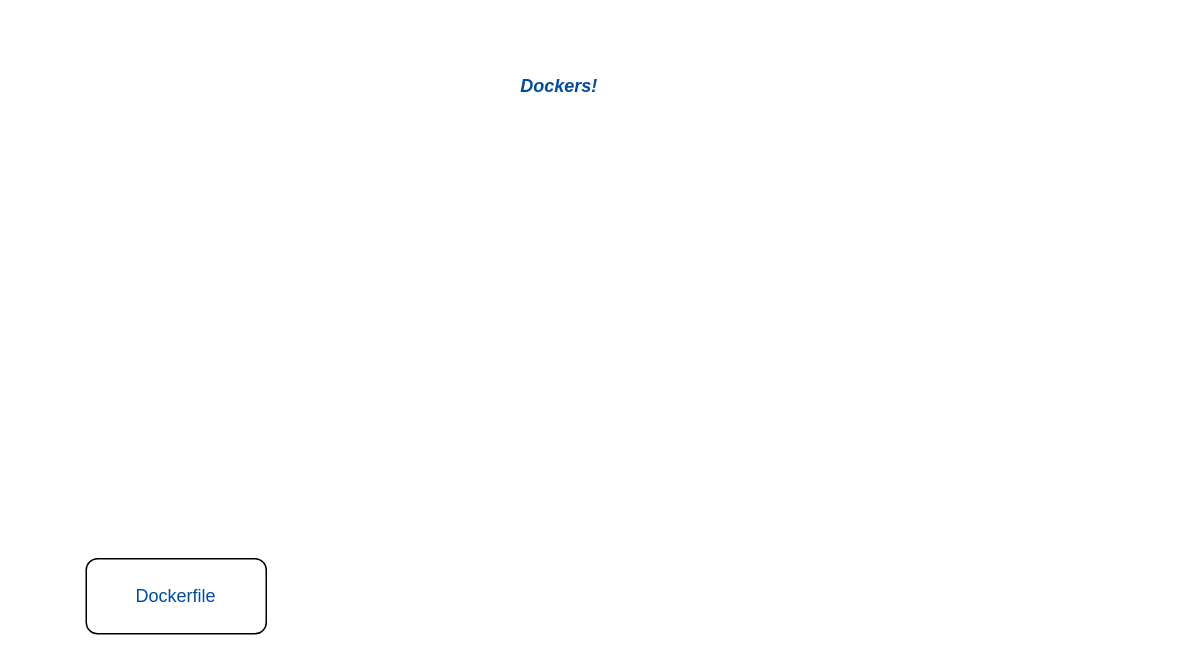
The draw.io diagram Untitled Diagram.drawio in Masum-Osman/diagrams.io-draws, before the edit. Source tidied: cells renumbered, new cells numbered last; positions are measured from the earlier drawing's top-left corner, leaving out a move shared by most shapes. Both pictures are drawn from the tidied source at 150%, with x=0, y=0 at pixel (86, 63).
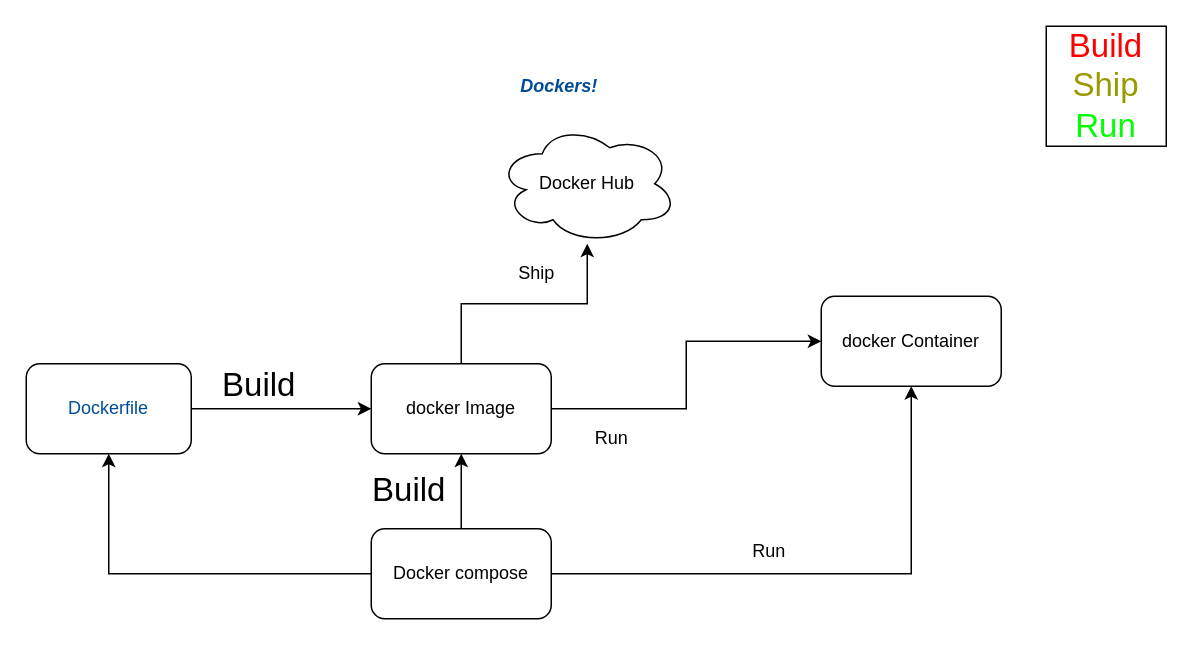
The same diagram, later.

The edit, as a diff of the source:
```diff
@@
 <mxGraphModel>
   <root>
     <mxCell id="0" />
     <mxCell id="1" parent="0" />
     <mxCell id="2" value="&lt;font color=&quot;#004C99&quot;&gt;&lt;i&gt;&lt;b&gt;Dockers!&lt;/b&gt;&lt;/i&gt;&lt;/font&gt;" style="text;html=1;align=center;verticalAlign=middle;strokeColor=none;fillColor=none;" parent="1" vertex="1">
       <mxGeometry x="280" width="70" height="30" as="geometry" />
     </mxCell>
+    <mxCell id="4" style="edgeStyle=orthogonalEdgeStyle;rounded=0;jettySize=auto;html=1;entryX=0;entryY=0.5;entryDx=0;entryDy=0;fontSize=12;fontColor=#000000;" parent="1" edge="1" source="3" target="9">
+      <mxGeometry relative="1" as="geometry" />
+    </mxCell>
     <mxCell id="3" value="Dockerfile" style="rounded=1;whiteSpace=wrap;html=1;fontColor=#004C99;" parent="1" vertex="1">
-      <mxGeometry y="330" width="120" height="50" as="geometry" />
+      <mxGeometry x="-40" y="200" width="110" height="60" as="geometry" />
     </mxCell>
+    <mxCell id="5" value="&lt;div style=&quot;font-size: 22px;&quot;&gt;&lt;font style=&quot;font-size: 22px;&quot; color=&quot;#FF0000&quot;&gt;Build&lt;/font&gt;&lt;/div&gt;&lt;div style=&quot;font-size: 22px;&quot;&gt;&lt;font style=&quot;font-size: 22px;&quot; color=&quot;#999900&quot;&gt;Ship&lt;/font&gt;&lt;/div&gt;&lt;div style=&quot;font-size: 22px;&quot;&gt;&lt;font style=&quot;font-size: 22px;&quot; color=&quot;#FF0000&quot;&gt;&lt;font style=&quot;font-size: 22px;&quot; color=&quot;#00FF00&quot;&gt;Run&lt;/font&gt;&lt;br&gt;&lt;/font&gt;&lt;/div&gt;" style="whiteSpace=wrap;html=1;fontColor=#004C99;" parent="1" vertex="1">
+      <mxGeometry x="640" y="-25" width="80" height="80" as="geometry" />
+    </mxCell>
+    <mxCell id="6" value="&lt;div&gt;Build&lt;/div&gt;" style="text;html=1;align=center;verticalAlign=middle;strokeColor=none;fillColor=none;fontSize=22;fontColor=#000000;" parent="1" vertex="1">
+      <mxGeometry x="80" y="195" width="70" height="40" as="geometry" />
+    </mxCell>
+    <mxCell id="7" style="edgeStyle=orthogonalEdgeStyle;rounded=0;jettySize=auto;html=1;fontSize=12;fontColor=#000000;" parent="1" edge="1" source="9" target="10">
+      <mxGeometry relative="1" as="geometry" />
+    </mxCell>
+    <mxCell id="8" style="edgeStyle=orthogonalEdgeStyle;rounded=0;jettySize=auto;html=1;exitX=0.5;exitY=0;exitDx=0;exitDy=0;fontSize=12;fontColor=#000000;" parent="1" edge="1" source="9" target="11">
+      <mxGeometry relative="1" as="geometry" />
+    </mxCell>
+    <mxCell id="9" value="docker Image" style="rounded=1;whiteSpace=wrap;html=1;fontSize=12;fontColor=#000000;" parent="1" vertex="1">
+      <mxGeometry x="190" y="200" width="120" height="60" as="geometry" />
+    </mxCell>
+    <mxCell id="10" value="docker Container" style="rounded=1;whiteSpace=wrap;html=1;fontSize=12;fontColor=#000000;" parent="1" vertex="1">
+      <mxGeometry x="490" y="155" width="120" height="60" as="geometry" />
+    </mxCell>
+    <mxCell id="11" value="Docker Hub" style="ellipse;shape=cloud;whiteSpace=wrap;html=1;fontSize=12;fontColor=#000000;" parent="1" vertex="1">
+      <mxGeometry x="274" y="40" width="120" height="80" as="geometry" />
+    </mxCell>
+    <mxCell id="12" value="&lt;div&gt;Ship&lt;/div&gt;" style="text;html=1;align=center;verticalAlign=middle;strokeColor=none;fillColor=none;fontSize=12;fontColor=#000000;" parent="1" vertex="1">
+      <mxGeometry x="275" y="125" width="50" height="30" as="geometry" />
+    </mxCell>
+    <mxCell id="13" value="Run" style="text;html=1;align=center;verticalAlign=middle;strokeColor=none;fillColor=none;fontSize=12;fontColor=#000000;" parent="1" vertex="1">
+      <mxGeometry x="325" y="235" width="50" height="30" as="geometry" />
+    </mxCell>
+    <mxCell id="14" style="edgeStyle=orthogonalEdgeStyle;rounded=0;jettySize=auto;html=1;entryX=0.5;entryY=1;entryDx=0;entryDy=0;fontSize=12;fontColor=#000000;" parent="1" edge="1" source="17" target="9">
+      <mxGeometry relative="1" as="geometry" />
+    </mxCell>
+    <mxCell id="15" style="edgeStyle=orthogonalEdgeStyle;rounded=0;jettySize=auto;html=1;entryX=0.5;entryY=1;entryDx=0;entryDy=0;fontSize=12;fontColor=#000000;" parent="1" edge="1" source="17" target="3">
+      <mxGeometry relative="1" as="geometry" />
+    </mxCell>
+    <mxCell id="16" style="edgeStyle=orthogonalEdgeStyle;rounded=0;jettySize=auto;html=1;fontSize=12;fontColor=#000000;" parent="1" edge="1" source="17" target="10">
+      <mxGeometry relative="1" as="geometry" />
+    </mxCell>
+    <mxCell id="17" value="Docker compose" style="rounded=1;whiteSpace=wrap;html=1;fontSize=12;fontColor=#000000;" parent="1" vertex="1">
+      <mxGeometry x="190" y="310" width="120" height="60" as="geometry" />
+    </mxCell>
+    <mxCell id="18" value="&lt;div&gt;Build&lt;/div&gt;" style="text;html=1;align=center;verticalAlign=middle;strokeColor=none;fillColor=none;fontSize=22;fontColor=#000000;" parent="1" vertex="1">
+      <mxGeometry x="180" y="265" width="70" height="40" as="geometry" />
+    </mxCell>
+    <mxCell id="19" value="Run" style="text;html=1;align=center;verticalAlign=middle;strokeColor=none;fillColor=none;fontSize=12;fontColor=#000000;" parent="1" vertex="1">
+      <mxGeometry x="430" y="310" width="50" height="30" as="geometry" />
+    </mxCell>
   </root>
 </mxGraphModel>
```
